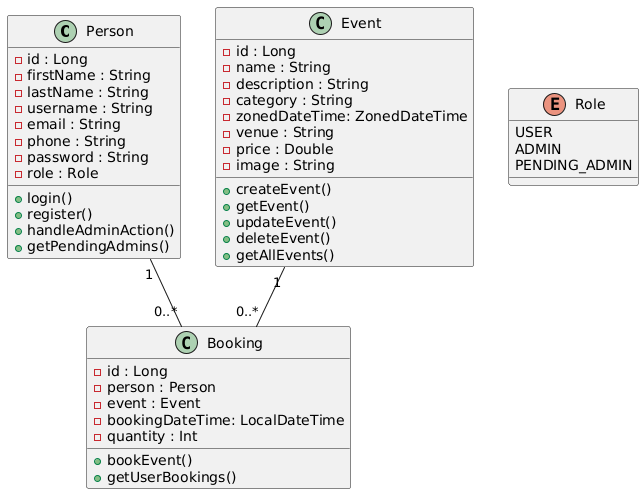
Earlier version of the PlantUML export diagrams/uml.png (roaa46/event-booking-system). Its diagram source:
```plantuml
@startuml
class Person {
  -id : Long
  -firstName : String
  -lastName : String
  -username : String
  -email : String
  -phone : String
  -password : String
  -role : Role
  +login()
  +register()
+handleAdminAction()
+getPendingAdmins()
}

enum Role {
  USER
  ADMIN
  PENDING_ADMIN
}

class Event {
  -id : Long
  -name : String
  -description : String
  -category : String
  -zonedDateTime: ZonedDateTime
  -venue : String
  -price : Double
  -image : String
  +createEvent()
+getEvent()
+updateEvent()
+deleteEvent()
+getAllEvents()
}

class Booking {
  -id : Long
  -person : Person
  -event : Event
  -bookingDateTime: LocalDateTime
- quantity : Int
  +bookEvent()
+getUserBookings()
}

Person "1" -- "0..*" Booking
Event "1" -- "0..*" Booking
@enduml
```
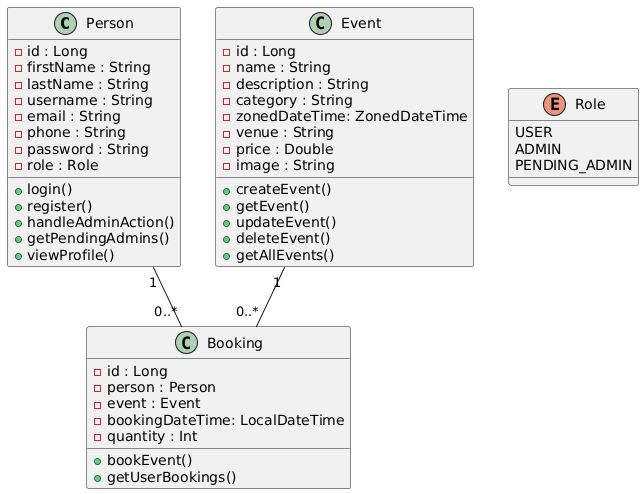
Later version of the same file.

Diff of the diagram source:
```diff
@@ -12,6 +12,7 @@
   +register()
 +handleAdminAction()
 +getPendingAdmins()
++viewProfile()
 }
 
 enum Role {
```
